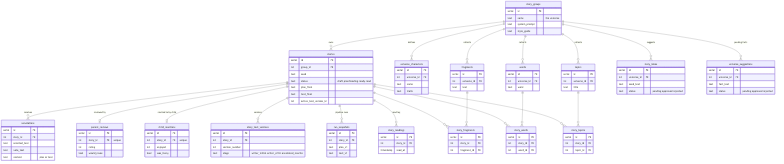
Earlier version of the Mermaid export docs/architecture/img/05-data-model.png (ikushlianski/bedtime-stories). Its source is kept beside it as docs/architecture/diagrams/05-data-model.mmd. Its diagram source:
```mermaid
erDiagram
  story_groups ||--o{ stories : "owns"
  story_groups ||--o{ universe_characters : "defines"
  story_groups ||--o{ topics : "collects"
  story_groups ||--o{ fragments : "collects"
  story_groups ||--o{ words : "collects"
  story_groups ||--o{ story_ideas : "suggests"
  story_groups ||--o{ universe_suggestions : "pending facts"
  stories ||--o{ annotations : "receives"
  stories ||--o| parent_reviews : "reviewed by"
  stories ||--o| child_reactions : "reacted to by child"
  stories ||--o{ story_text_versions : "versions"
  stories ||--o{ run_snapshots : "pipeline runs"
  stories ||--o{ story_readings : "read log"
  stories ||--o{ story_fragments : ""
  fragments ||--o{ story_fragments : ""
  stories ||--o{ story_words : ""
  words ||--o{ story_words : ""
  stories ||--o{ story_topics : ""
  topics ||--o{ story_topics : ""

  story_groups {
    serial id PK
    text name "the universe"
    text system_prompt
    text style_guide
  }
  stories {
    serial id PK
    int group_id FK
    text seed
    text status "draft proofreading ready read"
    text plan_final
    text text_final
    int active_text_version_id
  }
  universe_characters {
    serial id PK
    int universe_id FK
    text name
    text traits
  }
  topics {
    serial id PK
    int universe_id FK
    text title
  }
  fragments {
    serial id PK
    int universe_id FK
    text text
  }
  words {
    serial id PK
    int universe_id FK
    text word
  }
  story_ideas {
    serial id PK
    int universe_id FK
    text seed_text
    text status "pending approved rejected"
  }
  universe_suggestions {
    serial id PK
    int universe_id FK
    text fact_text
    text status "pending approved rejected"
  }
  annotations {
    serial id PK
    int story_id FK
    text selected_text
    text note_text
    text context "plan or text"
  }
  parent_reviews {
    serial id PK
    int story_id FK "unique"
    int rating
    bool would_reuse
  }
  child_reactions {
    serial id PK
    int story_id FK "unique"
    int enjoyed
    bool was_funny
  }
  story_text_versions {
    serial id PK
    int story_id FK
    int version_number
    text stage "writer_initial writer_critic annotated_rewrite"
  }
  run_snapshots {
    serial id PK
    int story_id FK
    text plan_v1
    text text_v1
  }
  story_readings {
    serial id PK
    int story_id FK
    timestamp read_at
  }
  story_fragments {
    serial id PK
    int story_id FK
    int fragment_id FK
  }
  story_words {
    serial id PK
    int story_id FK
    int word_id FK
  }
  story_topics {
    serial id PK
    int story_id FK
    int topic_id FK
  }
```
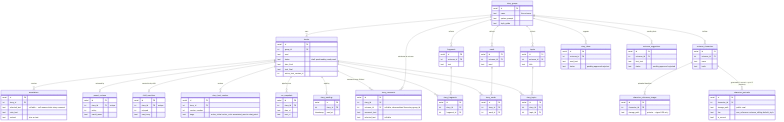
After the change.

Commit message:
Grant portrait storage access and document the feature

What changed in the source:
```diff
@@ -1,6 +1,8 @@
 erDiagram
   story_groups ||--o{ stories : "owns"
   story_groups ||--o{ universe_characters : "defines"
+  universe_characters ||--o{ character_reference_images : "uploaded baselines"
+  universe_characters ||--o{ character_portraits : "generated (1 current + up to 3 previous)"
   story_groups ||--o{ topics : "collects"
   story_groups ||--o{ fragments : "collects"
   story_groups ||--o{ words : "collects"
@@ -12,6 +14,8 @@
   stories ||--o{ story_text_versions : "versions"
   stories ||--o{ run_snapshots : "pipeline runs"
   stories ||--o{ story_readings : "read log"
+  stories ||--o{ story_comments : "comments once finished"
+  story_groups ||--o{ story_comments : "attributes to universe"
   stories ||--o{ story_fragments : ""
   fragments ||--o{ story_fragments : ""
   stories ||--o{ story_words : ""
@@ -39,6 +43,18 @@
     int universe_id FK
     text name
     text traits
+  }
+  character_reference_images {
+    serial id PK
+    int character_id FK
+    text storage_path "private — signed URL only"
+  }
+  character_portraits {
+    serial id PK
+    int character_id FK
+    text storage_path "public-read"
+    text tier "own_reference universe_sibling default_style"
+    bool is_current
   }
   topics {
     serial id PK
@@ -70,9 +86,16 @@
   annotations {
     serial id PK
     int story_id FK
-    text selected_text
+    text selected_text "nullable — null means whole-story comment"
     text note_text
     text context "plan or text"
+  }
+  story_comments {
+    serial id PK
+    int story_id FK
+    int universe_id FK "nullable, denormalized from story.group_id"
+    text comment_text
+    text selected_text "nullable"
   }
   parent_reviews {
     serial id PK
@@ -90,7 +113,7 @@
     serial id PK
     int story_id FK
     int version_number
-    text stage "writer_initial writer_critic annotated_rewrite"
+    text stage "writer_initial writer_critic annotated_rewrite chat_patch"
   }
   run_snapshots {
     serial id PK
```
